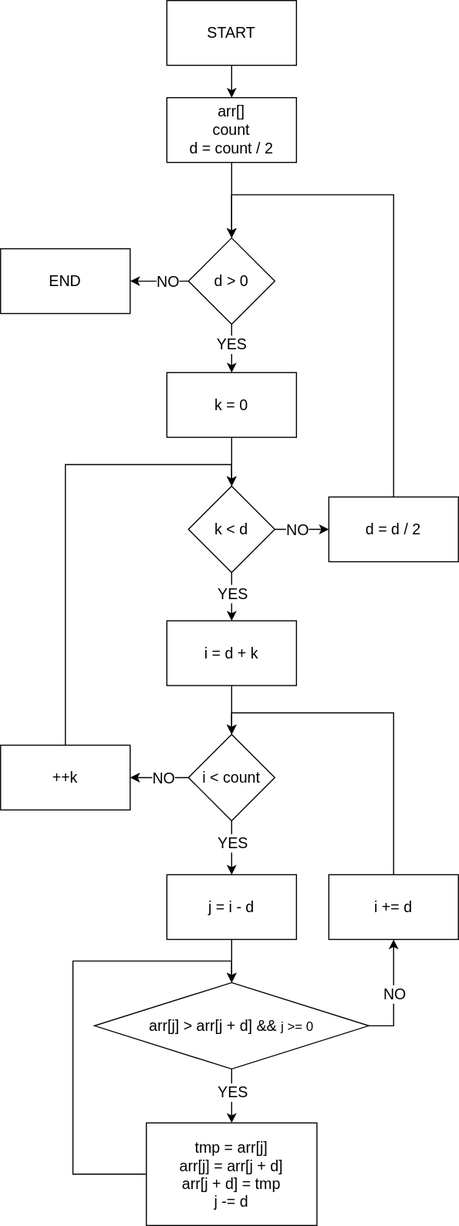
The draw.io diagram diagram/parallel.svg in KATEHOK/par_prog-3, before a commit. Source tidied: cells renumbered, new cells last; positions are measured from the earlier drawing's top-left corner, leaving out a move shared by most shapes.
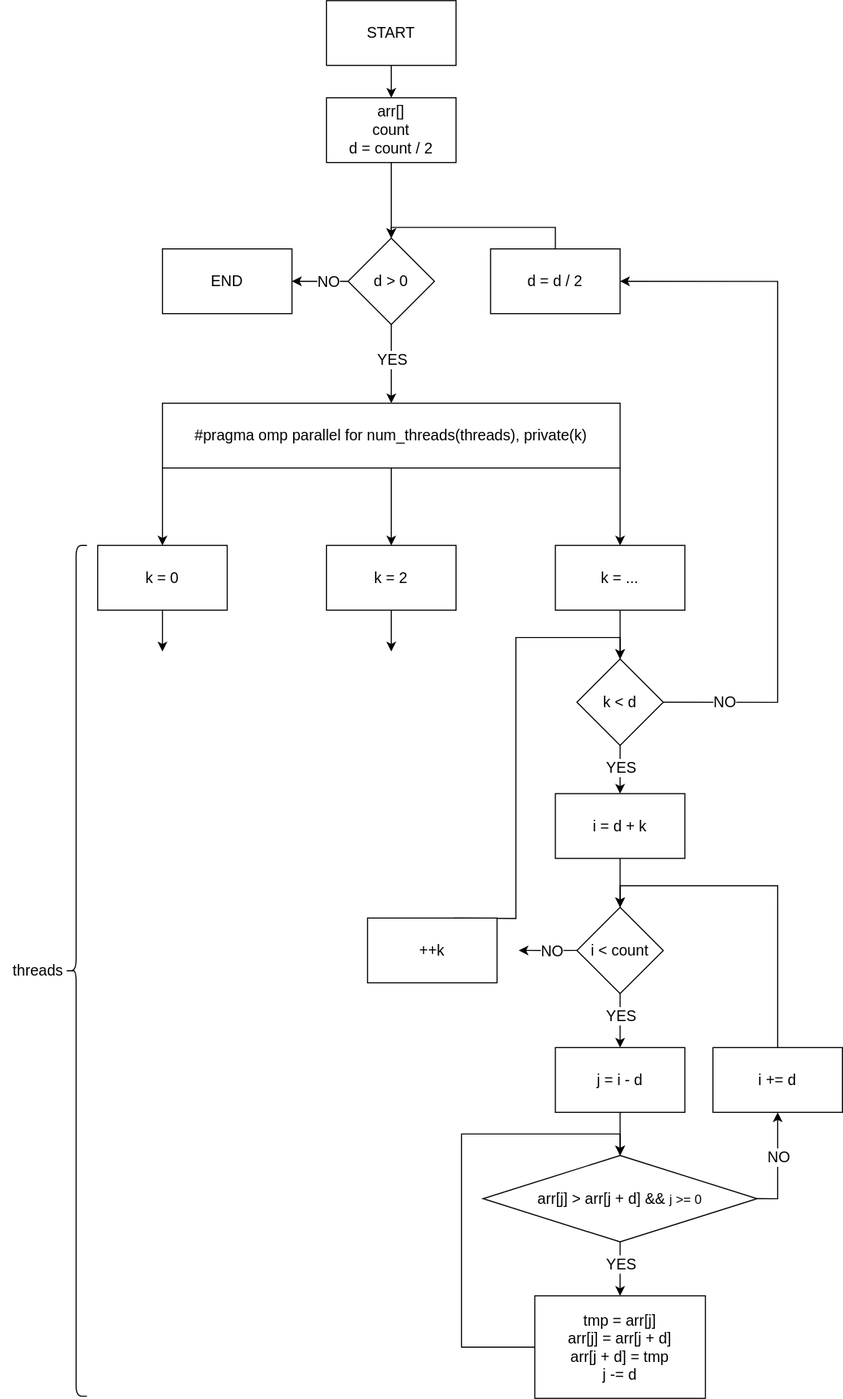
The same file after the commit.

What changed in the source:
```diff
@@ -6,13 +6,13 @@
       <mxGeometry relative="1" as="geometry" />
     </mxCell>
     <mxCell id="3" value="&lt;font style=&quot;font-size: 14px;&quot;&gt;START&lt;/font&gt;" style="rounded=0;whiteSpace=wrap;html=1;" parent="1" vertex="1">
-      <mxGeometry x="154" width="120" height="60" as="geometry" />
+      <mxGeometry x="152" width="120" height="60" as="geometry" />
     </mxCell>
     <mxCell id="4" style="edgeStyle=orthogonalEdgeStyle;rounded=0;jettySize=auto;html=1;" parent="1" edge="1" source="5" target="10">
       <mxGeometry relative="1" as="geometry" />
     </mxCell>
     <mxCell id="5" value="&lt;font style=&quot;font-size: 14px;&quot;&gt;arr[]&lt;br&gt;count&lt;br&gt;d = count / 2&lt;br&gt;&lt;/font&gt;" style="rounded=0;whiteSpace=wrap;html=1;" parent="1" vertex="1">
-      <mxGeometry x="154" y="90" width="120" height="60" as="geometry" />
+      <mxGeometry x="152" y="90" width="120" height="60" as="geometry" />
     </mxCell>
     <mxCell id="6" style="edgeStyle=orthogonalEdgeStyle;rounded=0;jettySize=auto;html=1;exitX=0;exitY=0.5;exitDx=0;exitDy=0;" parent="1" edge="1" source="10" target="11">
       <mxGeometry relative="1" as="geometry" />
@@ -22,14 +22,16 @@
         <mxPoint x="5" y="1" as="offset" />
       </mxGeometry>
     </mxCell>
-    <mxCell id="8" style="edgeStyle=orthogonalEdgeStyle;rounded=0;jettySize=auto;html=1;entryX=0.5;entryY=0;entryDx=0;entryDy=0;exitX=0.5;exitY=1;exitDx=0;exitDy=0;" parent="1" edge="1" source="10" target="33">
+    <mxCell id="8" style="edgeStyle=orthogonalEdgeStyle;rounded=0;jettySize=auto;html=1;exitX=0.5;exitY=1;exitDx=0;exitDy=0;entryX=0.5;entryY=0;entryDx=0;entryDy=0;" parent="1" edge="1" source="10" target="44">
       <mxGeometry relative="1" as="geometry" />
     </mxCell>
     <mxCell id="9" value="&lt;font style=&quot;font-size: 14px;&quot;&gt;YES&lt;/font&gt;" style="edgeLabel;html=1;align=center;verticalAlign=middle;" parent="8" vertex="1">
-      <mxGeometry x="-0.18" y="-1" relative="1" as="geometry" />
+      <mxGeometry x="-0.18" y="-1" relative="1" as="geometry">
+        <mxPoint x="1" y="3" as="offset" />
+      </mxGeometry>
     </mxCell>
     <mxCell id="10" value="&lt;font style=&quot;font-size: 14px;&quot;&gt;d &amp;gt; 0&lt;/font&gt;" style="rhombus;whiteSpace=wrap;html=1;" parent="1" vertex="1">
-      <mxGeometry x="174" y="220" width="80" height="80" as="geometry" />
+      <mxGeometry x="172" y="220" width="80" height="80" as="geometry" />
     </mxCell>
     <mxCell id="11" value="&lt;font style=&quot;font-size: 14px;&quot;&gt;END&lt;/font&gt;" style="rounded=0;whiteSpace=wrap;html=1;" parent="1" vertex="1">
       <mxGeometry y="230" width="120" height="60" as="geometry" />
@@ -38,18 +40,13 @@
       <mxGeometry relative="1" as="geometry" />
     </mxCell>
     <mxCell id="13" value="&lt;font style=&quot;font-size: 14px;&quot;&gt;i = d + k&lt;br&gt;&lt;/font&gt;" style="rounded=0;whiteSpace=wrap;html=1;" parent="1" vertex="1">
-      <mxGeometry x="154" y="574.7" width="120" height="60" as="geometry" />
+      <mxGeometry x="364" y="734.7" width="120" height="60" as="geometry" />
     </mxCell>
     <mxCell id="14" style="edgeStyle=orthogonalEdgeStyle;rounded=0;jettySize=auto;html=1;exitX=0.5;exitY=0;exitDx=0;exitDy=0;entryX=0.5;entryY=0;entryDx=0;entryDy=0;" parent="1" edge="1" source="15" target="10">
-      <mxGeometry relative="1" as="geometry">
-        <Array as="points">
-          <mxPoint x="364" y="180" />
-          <mxPoint x="214" y="180" />
-        </Array>
-      </mxGeometry>
+      <mxGeometry relative="1" as="geometry" />
     </mxCell>
     <mxCell id="15" value="&lt;font style=&quot;font-size: 14px;&quot;&gt;d = d / 2&lt;/font&gt;" style="rounded=0;whiteSpace=wrap;html=1;" parent="1" vertex="1">
-      <mxGeometry x="304" y="460" width="120" height="60" as="geometry" />
+      <mxGeometry x="304" y="230" width="120" height="60" as="geometry" />
     </mxCell>
     <mxCell id="16" style="edgeStyle=orthogonalEdgeStyle;rounded=0;jettySize=auto;html=1;entryX=0.5;entryY=0;entryDx=0;entryDy=0;exitX=0.5;exitY=1;exitDx=0;exitDy=0;" parent="1" edge="1" source="20" target="22">
       <mxGeometry relative="1" as="geometry" />
@@ -60,27 +57,31 @@
       </mxGeometry>
     </mxCell>
     <mxCell id="18" style="edgeStyle=orthogonalEdgeStyle;rounded=0;jettySize=auto;html=1;entryX=0.5;entryY=1;entryDx=0;entryDy=0;exitX=1;exitY=0.5;exitDx=0;exitDy=0;" parent="1" edge="1" source="20" target="31">
-      <mxGeometry relative="1" as="geometry" />
+      <mxGeometry relative="1" as="geometry">
+        <Array as="points">
+          <mxPoint x="570" y="1110" />
+        </Array>
+      </mxGeometry>
     </mxCell>
     <mxCell id="19" value="&lt;font style=&quot;font-size: 14px;&quot;&gt;NO&lt;/font&gt;" style="edgeLabel;html=1;align=center;verticalAlign=middle;" parent="18" vertex="1">
       <mxGeometry x="-0.07" y="-2" relative="1" as="geometry">
-        <mxPoint x="-2" y="-5" as="offset" />
+        <mxPoint x="-2" y="-13" as="offset" />
       </mxGeometry>
     </mxCell>
     <mxCell id="20" value="&lt;font style=&quot;font-size: 14px;&quot;&gt;arr[j] &amp;gt; arr[j + d] &amp;amp;&amp;amp;&amp;nbsp;&lt;/font&gt;j &amp;gt;= 0" style="rhombus;whiteSpace=wrap;html=1;" parent="1" vertex="1">
-      <mxGeometry x="87" y="910" width="254" height="80" as="geometry" />
+      <mxGeometry x="297" y="1070" width="254" height="80" as="geometry" />
     </mxCell>
     <mxCell id="21" style="edgeStyle=orthogonalEdgeStyle;rounded=0;jettySize=auto;html=1;exitX=0;exitY=0.5;exitDx=0;exitDy=0;entryX=0.5;entryY=0;entryDx=0;entryDy=0;" parent="1" edge="1" source="22" target="20">
       <mxGeometry relative="1" as="geometry">
         <Array as="points">
-          <mxPoint x="67" y="1088" />
-          <mxPoint x="67" y="890" />
-          <mxPoint x="214" y="890" />
+          <mxPoint x="277" y="1248" />
+          <mxPoint x="277" y="1050" />
+          <mxPoint x="424" y="1050" />
         </Array>
       </mxGeometry>
     </mxCell>
     <mxCell id="22" value="&lt;font style=&quot;font-size: 14px;&quot;&gt;tmp = arr[j]&lt;br&gt;arr[j] = arr[j + d]&lt;br&gt;arr[j + d] = tmp&lt;br&gt;j -= d&lt;/font&gt;" style="rounded=0;whiteSpace=wrap;html=1;" parent="1" vertex="1">
-      <mxGeometry x="135" y="1040" width="158" height="95" as="geometry" />
+      <mxGeometry x="345" y="1200" width="158" height="95" as="geometry" />
     </mxCell>
     <mxCell id="23" style="edgeStyle=orthogonalEdgeStyle;rounded=0;jettySize=auto;html=1;" parent="1" edge="1" source="27" target="29">
       <mxGeometry relative="1" as="geometry" />
@@ -90,8 +91,10 @@
         <mxPoint x="3" as="offset" />
       </mxGeometry>
     </mxCell>
-    <mxCell id="25" style="edgeStyle=orthogonalEdgeStyle;rounded=0;jettySize=auto;html=1;entryX=1;entryY=0.5;entryDx=0;entryDy=0;exitX=0;exitY=0.5;exitDx=0;exitDy=0;" parent="1" edge="1" source="27" target="40">
-      <mxGeometry relative="1" as="geometry" />
+    <mxCell id="25" style="edgeStyle=orthogonalEdgeStyle;rounded=0;jettySize=auto;html=1;entryX=1;entryY=0.5;entryDx=0;entryDy=0;exitX=0;exitY=0.5;exitDx=0;exitDy=0;" parent="1" edge="1" source="27">
+      <mxGeometry relative="1" as="geometry">
+        <mxPoint x="330" y="880" as="targetPoint" />
+      </mxGeometry>
     </mxCell>
     <mxCell id="26" value="&lt;font style=&quot;font-size: 14px;&quot;&gt;NO&lt;/font&gt;" style="edgeLabel;html=1;align=center;verticalAlign=middle;" parent="25" vertex="1">
       <mxGeometry x="-0.61" relative="1" as="geometry">
@@ -99,32 +102,37 @@
       </mxGeometry>
     </mxCell>
     <mxCell id="27" value="&lt;font style=&quot;font-size: 14px;&quot;&gt;i &amp;lt; count&lt;/font&gt;" style="rhombus;whiteSpace=wrap;html=1;" parent="1" vertex="1">
-      <mxGeometry x="174" y="680" width="80" height="80" as="geometry" />
+      <mxGeometry x="384" y="840" width="80" height="80" as="geometry" />
     </mxCell>
     <mxCell id="28" style="edgeStyle=orthogonalEdgeStyle;rounded=0;jettySize=auto;html=1;entryX=0.5;entryY=0;entryDx=0;entryDy=0;" parent="1" edge="1" source="29" target="20">
       <mxGeometry relative="1" as="geometry" />
     </mxCell>
     <mxCell id="29" value="&lt;font style=&quot;font-size: 14px;&quot;&gt;j = i - d&lt;/font&gt;" style="rounded=0;whiteSpace=wrap;html=1;" parent="1" vertex="1">
-      <mxGeometry x="154" y="810" width="120" height="60" as="geometry" />
+      <mxGeometry x="364" y="970" width="120" height="60" as="geometry" />
     </mxCell>
     <mxCell id="30" style="edgeStyle=orthogonalEdgeStyle;rounded=0;jettySize=auto;html=1;exitX=0.5;exitY=0;exitDx=0;exitDy=0;entryX=0.5;entryY=0;entryDx=0;entryDy=0;" parent="1" edge="1" source="31" target="27">
       <mxGeometry relative="1" as="geometry" />
     </mxCell>
     <mxCell id="31" value="&lt;font style=&quot;font-size: 14px;&quot;&gt;i += d&lt;/font&gt;" style="rounded=0;whiteSpace=wrap;html=1;" parent="1" vertex="1">
-      <mxGeometry x="304" y="810" width="120" height="60" as="geometry" />
+      <mxGeometry x="510" y="970" width="120" height="60" as="geometry" />
     </mxCell>
     <mxCell id="32" style="edgeStyle=orthogonalEdgeStyle;rounded=0;jettySize=auto;html=1;exitX=0.5;exitY=1;exitDx=0;exitDy=0;" parent="1" edge="1" source="33" target="38">
       <mxGeometry relative="1" as="geometry" />
     </mxCell>
-    <mxCell id="33" value="&lt;font style=&quot;font-size: 14px;&quot;&gt;k = 0&lt;/font&gt;" style="rounded=0;whiteSpace=wrap;html=1;" parent="1" vertex="1">
-      <mxGeometry x="154" y="344.7" width="120" height="60" as="geometry" />
+    <mxCell id="33" value="&lt;font style=&quot;font-size: 14px;&quot;&gt;k = ...&lt;/font&gt;" style="rounded=0;whiteSpace=wrap;html=1;" parent="1" vertex="1">
+      <mxGeometry x="364" y="504.7" width="120" height="60" as="geometry" />
     </mxCell>
-    <mxCell id="34" style="edgeStyle=orthogonalEdgeStyle;rounded=0;jettySize=auto;html=1;exitX=1;exitY=0.5;exitDx=0;exitDy=0;entryX=0;entryY=0.5;entryDx=0;entryDy=0;" parent="1" edge="1" source="38" target="15">
-      <mxGeometry relative="1" as="geometry" />
+    <mxCell id="34" style="edgeStyle=orthogonalEdgeStyle;rounded=0;jettySize=auto;html=1;exitX=1;exitY=0.5;exitDx=0;exitDy=0;entryX=1;entryY=0.5;entryDx=0;entryDy=0;" parent="1" edge="1" source="38" target="15">
+      <mxGeometry relative="1" as="geometry">
+        <Array as="points">
+          <mxPoint x="570" y="650" />
+          <mxPoint x="570" y="260" />
+        </Array>
+      </mxGeometry>
     </mxCell>
     <mxCell id="35" value="&lt;span style=&quot;font-size: 14px;&quot;&gt;NO&lt;/span&gt;" style="edgeLabel;html=1;align=center;verticalAlign=middle;" parent="34" vertex="1">
       <mxGeometry x="-0.62" relative="1" as="geometry">
-        <mxPoint x="10" as="offset" />
+        <mxPoint x="-50" y="17" as="offset" />
       </mxGeometry>
     </mxCell>
     <mxCell id="36" style="edgeStyle=orthogonalEdgeStyle;rounded=0;jettySize=auto;html=1;" parent="1" edge="1" source="38" target="13">
@@ -136,13 +144,49 @@
       </mxGeometry>
     </mxCell>
     <mxCell id="38" value="&lt;font style=&quot;font-size: 14px;&quot;&gt;k &amp;lt; d&lt;/font&gt;" style="rhombus;whiteSpace=wrap;html=1;" parent="1" vertex="1">
-      <mxGeometry x="174" y="450" width="80" height="80" as="geometry" />
+      <mxGeometry x="384" y="610" width="80" height="80" as="geometry" />
     </mxCell>
-    <mxCell id="39" style="edgeStyle=orthogonalEdgeStyle;rounded=0;jettySize=auto;html=1;exitX=0.5;exitY=0;exitDx=0;exitDy=0;entryX=0.5;entryY=0;entryDx=0;entryDy=0;" parent="1" edge="1" source="40" target="38">
-      <mxGeometry relative="1" as="geometry" />
+    <mxCell id="39" style="edgeStyle=orthogonalEdgeStyle;rounded=0;jettySize=auto;html=1;exitX=0.5;exitY=0;exitDx=0;exitDy=0;entryX=0.5;entryY=0;entryDx=0;entryDy=0;" parent="1" edge="1" target="38">
+      <mxGeometry relative="1" as="geometry">
+        <mxPoint x="270" y="850" as="sourcePoint" />
+      </mxGeometry>
     </mxCell>
     <mxCell id="40" value="&lt;font style=&quot;font-size: 14px;&quot;&gt;++k&lt;/font&gt;" style="rounded=0;whiteSpace=wrap;html=1;" parent="1" vertex="1">
-      <mxGeometry y="690" width="120" height="60" as="geometry" />
+      <mxGeometry x="190" y="850" width="120" height="60" as="geometry" />
     </mxCell>
+    <mxCell id="41" style="edgeStyle=orthogonalEdgeStyle;rounded=0;jettySize=auto;html=1;exitX=1;exitY=1;exitDx=0;exitDy=0;entryX=0.5;entryY=0;entryDx=0;entryDy=0;" parent="1" edge="1" source="44" target="33">
+      <mxGeometry relative="1" as="geometry" />
+    </mxCell>
+    <mxCell id="42" style="edgeStyle=orthogonalEdgeStyle;rounded=0;jettySize=auto;html=1;exitX=0;exitY=1;exitDx=0;exitDy=0;entryX=0.5;entryY=0;entryDx=0;entryDy=0;" parent="1" edge="1" source="44" target="46">
+      <mxGeometry relative="1" as="geometry" />
+    </mxCell>
+    <mxCell id="43" style="edgeStyle=orthogonalEdgeStyle;rounded=0;jettySize=auto;html=1;" parent="1" edge="1" source="44" target="48">
+      <mxGeometry relative="1" as="geometry" />
+    </mxCell>
+    <mxCell id="44" value="&lt;font style=&quot;font-size: 14px;&quot;&gt;#pragma omp parallel for num_threads(threads), private(k)&lt;/font&gt;" style="rounded=0;whiteSpace=wrap;html=1;" parent="1" vertex="1">
+      <mxGeometry y="373" width="424" height="60" as="geometry" />
+    </mxCell>
+    <mxCell id="45" style="edgeStyle=orthogonalEdgeStyle;rounded=0;jettySize=auto;html=1;exitX=0.5;exitY=1;exitDx=0;exitDy=0;" parent="1" edge="1" source="46">
+      <mxGeometry relative="1" as="geometry">
+        <mxPoint y="603" as="targetPoint" />
+      </mxGeometry>
+    </mxCell>
+    <mxCell id="46" value="&lt;font style=&quot;font-size: 14px;&quot;&gt;k = 0&lt;/font&gt;" style="rounded=0;whiteSpace=wrap;html=1;" parent="1" vertex="1">
+      <mxGeometry x="-60" y="504.7" width="120" height="60" as="geometry" />
+    </mxCell>
+    <mxCell id="47" style="edgeStyle=orthogonalEdgeStyle;rounded=0;jettySize=auto;html=1;exitX=0.5;exitY=1;exitDx=0;exitDy=0;" parent="1" edge="1" source="48">
+      <mxGeometry relative="1" as="geometry">
+        <mxPoint x="212" y="603" as="targetPoint" />
+      </mxGeometry>
+    </mxCell>
+    <mxCell id="48" value="&lt;font style=&quot;font-size: 14px;&quot;&gt;k = 2&lt;/font&gt;" style="rounded=0;whiteSpace=wrap;html=1;" parent="1" vertex="1">
+      <mxGeometry x="152" y="504.7" width="120" height="60" as="geometry" />
+    </mxCell>
+    <mxCell id="49" style="shape=curlyBracket;whiteSpace=wrap;html=1;rounded=1;labelPosition=left;verticalLabelPosition=middle;align=right;verticalAlign=middle;" parent="1" vertex="1">
+      <mxGeometry x="-90" y="504.7" width="20" height="788.3" as="geometry" />
+    </mxCell>
+    <mxCell id="50" value="&lt;font style=&quot;font-size: 14px;&quot;&gt;threads&lt;/font&gt;" style="text;html=1;strokeColor=none;fillColor=none;align=center;verticalAlign=middle;whiteSpace=wrap;rounded=0;" parent="1" vertex="1">
+      <mxGeometry x="-150" y="854.3" width="70" height="89.1" as="geometry" />
+    </mxCell>
   </root>
 </mxGraphModel>
```
